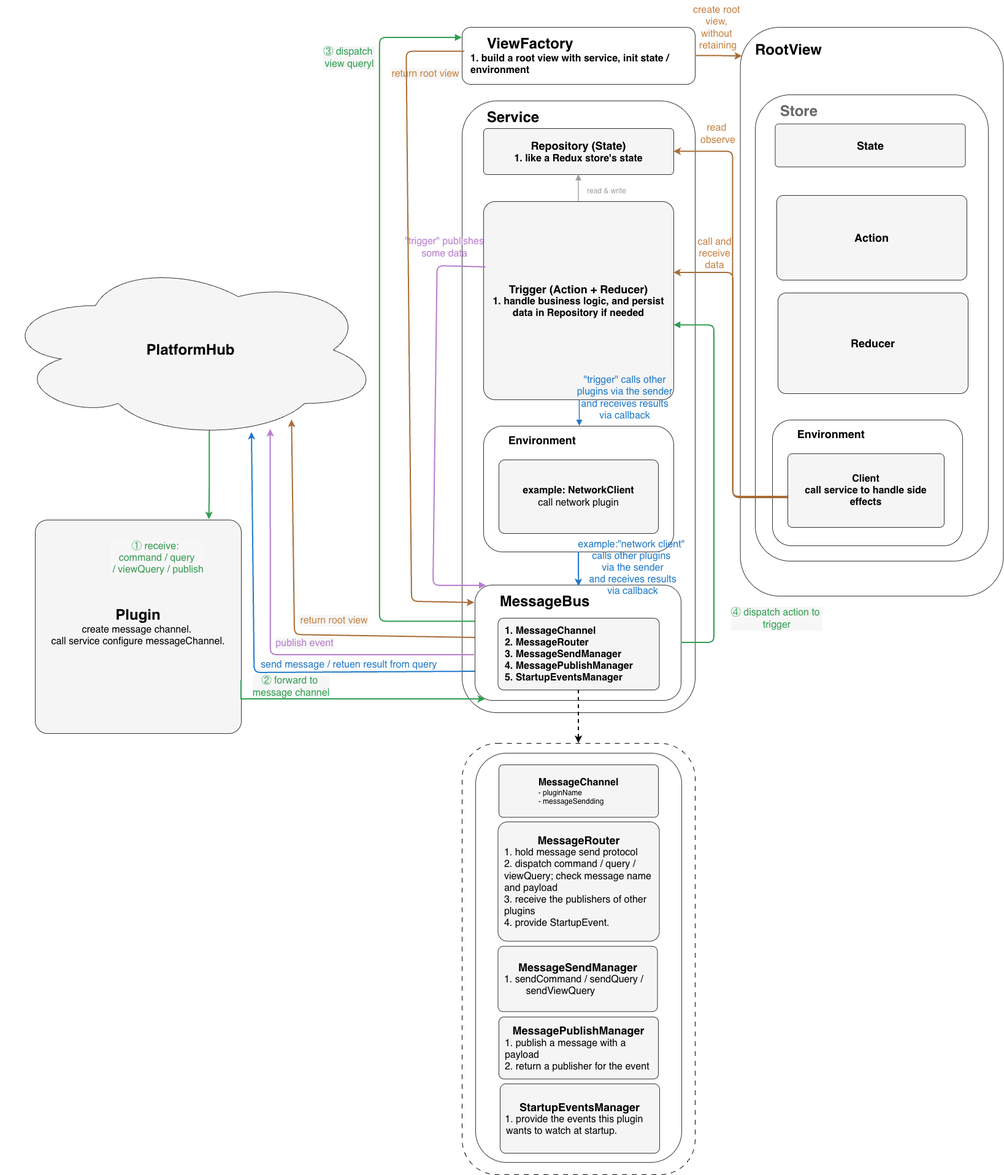
Before: 架构图.drawio.white.png, a diagram exported from draw.io (SumiaFish/kevinyyhuangcc). Source tidied: cells renumbered, new cells last; positions are measured from the earlier drawing's top-left corner, leaving out a move shared by most shapes.
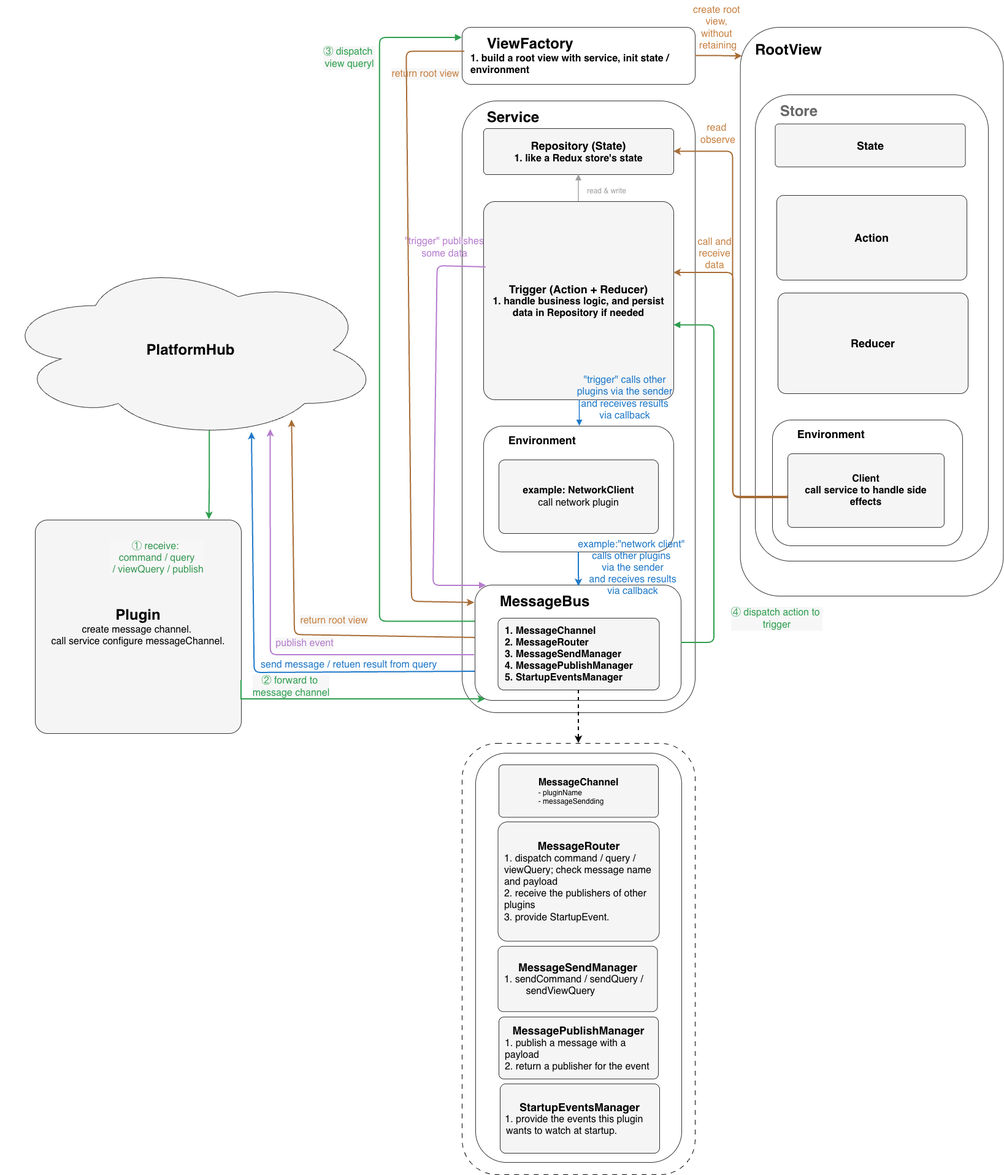
Later version of the same file.

Diff of the diagram source:
```diff
@@ -213,7 +213,7 @@
     <mxCell id="52" value="&lt;b&gt;&lt;font style=&quot;font-size: 18px;&quot;&gt;StartupEventsManager&lt;/font&gt;&lt;/b&gt;&lt;div style=&quot;text-align: left;&quot;&gt;&lt;font style=&quot;font-size: 13px;&quot;&gt;&amp;nbsp; &lt;/font&gt;&lt;font style=&quot;font-size: 16px;&quot;&gt;&lt;font style=&quot;&quot;&gt;1&lt;/font&gt;&lt;font style=&quot;&quot;&gt;. provide the events this plugin&amp;nbsp; &amp;nbsp; &amp;nbsp; &amp;nbsp; wants to watch at startup.&lt;/font&gt;&lt;/font&gt;&lt;/div&gt;" style="rounded=1;whiteSpace=wrap;html=1;fillColor=#F5F5F5;strokeColor=#333333;fontColor=#000000;fontSize=12;arcSize=8;" parent="1" vertex="1">
       <mxGeometry x="815" y="1766" width="260" height="113" as="geometry" />
     </mxCell>
-    <mxCell id="53" value="&lt;b&gt;&lt;font style=&quot;font-size: 18px;&quot;&gt;MessageRouter&lt;/font&gt;&lt;/b&gt;&lt;br&gt;&lt;div style=&quot;text-align: left;&quot;&gt;&lt;font style=&quot;font-size: 16px;&quot;&gt;&amp;nbsp; 1. hold message send protocol&lt;/font&gt;&lt;/div&gt;&lt;div style=&quot;text-align: left;&quot;&gt;&lt;font style=&quot;font-size: 16px;&quot;&gt;&amp;nbsp; 2. dispatch command / query /&amp;nbsp; &amp;nbsp; &amp;nbsp; &amp;nbsp; &amp;nbsp; viewQuery; check message name&amp;nbsp; &amp;nbsp; and payload&lt;/font&gt;&lt;/div&gt;&lt;div style=&quot;text-align: left;&quot;&gt;&lt;font style=&quot;font-size: 16px;&quot;&gt;&amp;nbsp; 3. receive the publishers of other&amp;nbsp; &amp;nbsp; &amp;nbsp; plugins&lt;/font&gt;&lt;/div&gt;&lt;div style=&quot;text-align: left;&quot;&gt;&lt;font style=&quot;font-size: 16px;&quot;&gt;&amp;nbsp; 4. provide StartupEvent.&lt;/font&gt;&lt;/div&gt;" style="rounded=1;whiteSpace=wrap;html=1;fillColor=#F5F5F5;strokeColor=#333333;strokeWidth=1;fontColor=#000000;fontSize=12;arcSize=8;" parent="1" vertex="1">
+    <mxCell id="53" value="&lt;b&gt;&lt;font style=&quot;font-size: 18px;&quot;&gt;MessageRouter&lt;/font&gt;&lt;/b&gt;&lt;br&gt;&lt;div style=&quot;text-align: left;&quot;&gt;&lt;font style=&quot;font-size: 16px;&quot;&gt;&amp;nbsp; 1&lt;/font&gt;&lt;span style=&quot;font-size: 16px; background-color: transparent; color: light-dark(rgb(0, 0, 0), rgb(237, 237, 237));&quot;&gt;. dispatch command / query /&amp;nbsp; &amp;nbsp; &amp;nbsp; &amp;nbsp; &amp;nbsp; viewQuery; check message name&amp;nbsp; &amp;nbsp; and payload&lt;/span&gt;&lt;/div&gt;&lt;div style=&quot;text-align: left;&quot;&gt;&lt;font style=&quot;font-size: 16px;&quot;&gt;&amp;nbsp; 2. receive the publishers of other&amp;nbsp; &amp;nbsp; &amp;nbsp; plugins&lt;/font&gt;&lt;/div&gt;&lt;div style=&quot;text-align: left;&quot;&gt;&lt;font style=&quot;font-size: 16px;&quot;&gt;&amp;nbsp; 3. provide StartupEvent.&lt;/font&gt;&lt;/div&gt;" style="rounded=1;whiteSpace=wrap;html=1;fillColor=#F5F5F5;strokeColor=#333333;strokeWidth=1;fontColor=#000000;fontSize=12;arcSize=8;" parent="1" vertex="1">
       <mxGeometry x="811.5" y="1339" width="263" height="194.5" as="geometry" />
     </mxCell>
     <mxCell id="54" value="&lt;b style=&quot;font-size: 16px;&quot;&gt;&amp;nbsp; 1. MessageChannel&lt;/b&gt;&lt;div&gt;&lt;b style=&quot;font-size: 16px;&quot;&gt;&amp;nbsp; 2. MessageRouter&lt;/b&gt;&lt;b style=&quot;font-size: 16px;&quot;&gt;&lt;/b&gt;&lt;/div&gt;&lt;div&gt;&lt;b style=&quot;font-size: 16px;&quot;&gt;&amp;nbsp; 3. MessageSendManager&lt;/b&gt;&lt;/div&gt;&lt;div&gt;&lt;b style=&quot;font-size: 16px;&quot;&gt;&amp;nbsp; 4. MessagePublishManager&lt;/b&gt;&lt;/div&gt;&lt;div&gt;&lt;b style=&quot;font-size: 16px;&quot;&gt;&amp;nbsp; 5. StartupEventsManager&lt;/b&gt;&lt;/div&gt;" style="rounded=1;whiteSpace=wrap;html=1;fillColor=#F5F5F5;strokeColor=#333333;fontColor=#000000;fontSize=12;arcSize=8;align=left;" parent="1" vertex="1">
```
